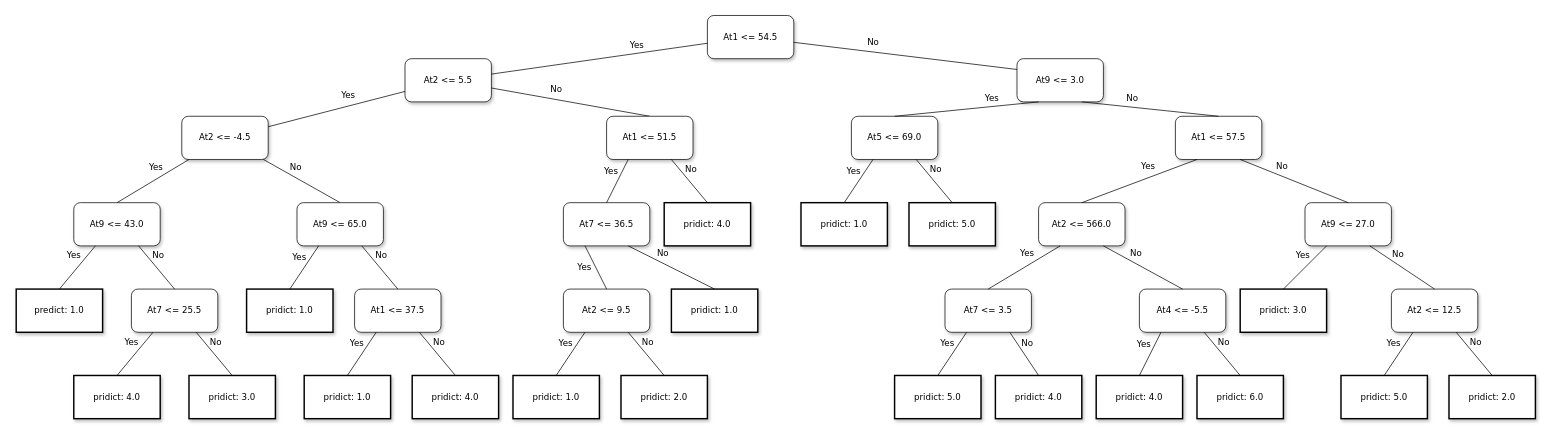
Before: test-img/dt.drawio in clock2125/image-hosting, a draw.io diagram. Source tidied: cells renumbered, new cells numbered last; positions are measured from the earlier drawing's top-left corner, leaving out a move shared by most shapes. Both pictures are drawn from the tidied source at 72%, with x=0, y=0 at pixel (16, 15).
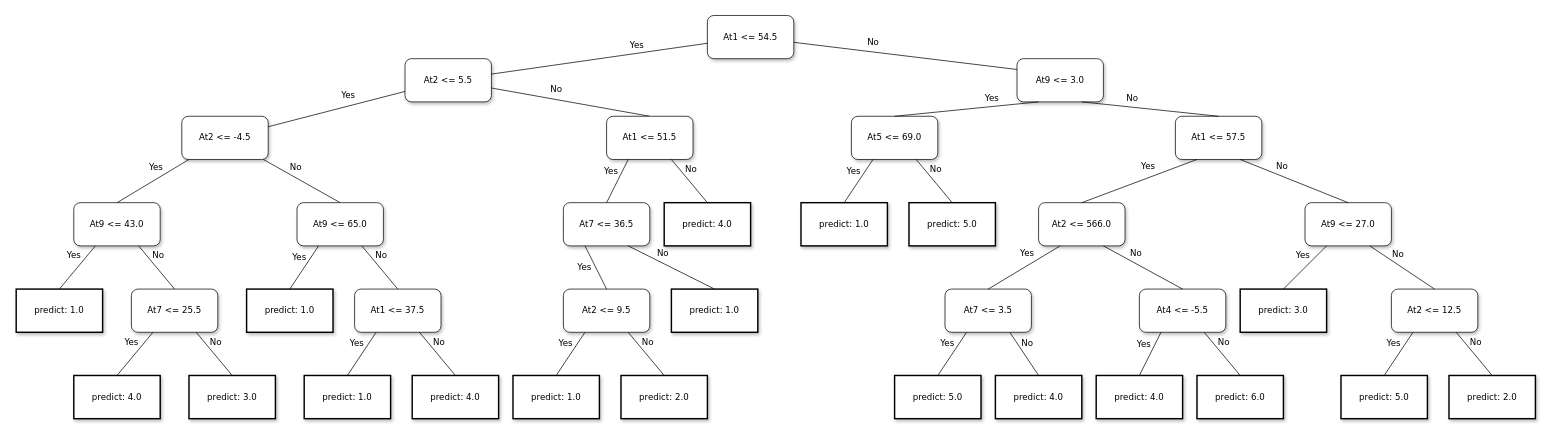
After the change.

The edit, as a diff of the source:
```diff
@@
-    <mxCell id="16" value="pridict: 4.0" style="whiteSpace=wrap;html=1;rounded=0;shadow=1;labelBackgroundColor=none;strokeWidth=2;fontFamily=Verdana;fontSize=12;align=center;" parent="1" vertex="1">
+    <mxCell id="16" value="predict: 4.0" style="whiteSpace=wrap;html=1;rounded=0;shadow=1;labelBackgroundColor=none;strokeWidth=2;fontFamily=Verdana;fontSize=12;align=center;" parent="1" vertex="1">
       <mxGeometry x="80" y="500" width="120" height="60" as="geometry" />
     </mxCell>
@@
-    <mxCell id="18" value="pridict: 3.0" style="whiteSpace=wrap;html=1;rounded=0;shadow=1;labelBackgroundColor=none;strokeWidth=2;fontFamily=Verdana;fontSize=12;align=center;" parent="1" vertex="1">
+    <mxCell id="18" value="predict: 3.0" style="whiteSpace=wrap;html=1;rounded=0;shadow=1;labelBackgroundColor=none;strokeWidth=2;fontFamily=Verdana;fontSize=12;align=center;" parent="1" vertex="1">
       <mxGeometry x="240" y="500" width="120" height="60" as="geometry" />
     </mxCell>
@@
-    <mxCell id="21" value="pridict: 1.0" style="whiteSpace=wrap;html=1;rounded=0;shadow=1;labelBackgroundColor=none;strokeWidth=2;fontFamily=Verdana;fontSize=12;align=center;" parent="1" vertex="1">
+    <mxCell id="21" value="predict: 1.0" style="whiteSpace=wrap;html=1;rounded=0;shadow=1;labelBackgroundColor=none;strokeWidth=2;fontFamily=Verdana;fontSize=12;align=center;" parent="1" vertex="1">
       <mxGeometry x="320" y="380" width="120" height="60" as="geometry" />
     </mxCell>
@@
-    <mxCell id="25" value="pridict: 1.0" style="whiteSpace=wrap;html=1;rounded=0;shadow=1;labelBackgroundColor=none;strokeWidth=2;fontFamily=Verdana;fontSize=12;align=center;" parent="1" vertex="1">
+    <mxCell id="25" value="predict: 1.0" style="whiteSpace=wrap;html=1;rounded=0;shadow=1;labelBackgroundColor=none;strokeWidth=2;fontFamily=Verdana;fontSize=12;align=center;" parent="1" vertex="1">
       <mxGeometry x="400" y="500" width="120" height="60" as="geometry" />
     </mxCell>
@@
-    <mxCell id="27" value="pridict: 4.0" style="whiteSpace=wrap;html=1;rounded=0;shadow=1;labelBackgroundColor=none;strokeWidth=2;fontFamily=Verdana;fontSize=12;align=center;" parent="1" vertex="1">
+    <mxCell id="27" value="predict: 4.0" style="whiteSpace=wrap;html=1;rounded=0;shadow=1;labelBackgroundColor=none;strokeWidth=2;fontFamily=Verdana;fontSize=12;align=center;" parent="1" vertex="1">
       <mxGeometry x="550" y="500" width="120" height="60" as="geometry" />
     </mxCell>
@@
-    <mxCell id="34" value="pridict: 1.0" style="whiteSpace=wrap;html=1;rounded=0;shadow=1;labelBackgroundColor=none;strokeWidth=2;fontFamily=Verdana;fontSize=12;align=center;" parent="1" vertex="1">
+    <mxCell id="34" value="predict: 1.0" style="whiteSpace=wrap;html=1;rounded=0;shadow=1;labelBackgroundColor=none;strokeWidth=2;fontFamily=Verdana;fontSize=12;align=center;" parent="1" vertex="1">
       <mxGeometry x="690" y="500" width="120" height="60" as="geometry" />
     </mxCell>
@@
-    <mxCell id="36" value="pridict: 2.0" style="whiteSpace=wrap;html=1;rounded=0;shadow=1;labelBackgroundColor=none;strokeWidth=2;fontFamily=Verdana;fontSize=12;align=center;" parent="1" vertex="1">
+    <mxCell id="36" value="predict: 2.0" style="whiteSpace=wrap;html=1;rounded=0;shadow=1;labelBackgroundColor=none;strokeWidth=2;fontFamily=Verdana;fontSize=12;align=center;" parent="1" vertex="1">
       <mxGeometry x="840" y="500" width="120" height="60" as="geometry" />
     </mxCell>
@@
-    <mxCell id="38" value="pridict: 1.0" style="whiteSpace=wrap;html=1;rounded=0;shadow=1;labelBackgroundColor=none;strokeWidth=2;fontFamily=Verdana;fontSize=12;align=center;" parent="1" vertex="1">
+    <mxCell id="38" value="predict: 1.0" style="whiteSpace=wrap;html=1;rounded=0;shadow=1;labelBackgroundColor=none;strokeWidth=2;fontFamily=Verdana;fontSize=12;align=center;" parent="1" vertex="1">
       <mxGeometry x="910" y="380" width="120" height="60" as="geometry" />
     </mxCell>
@@
-    <mxCell id="40" value="pridict: 4.0" style="whiteSpace=wrap;html=1;rounded=0;shadow=1;labelBackgroundColor=none;strokeWidth=2;fontFamily=Verdana;fontSize=12;align=center;" parent="1" vertex="1">
+    <mxCell id="40" value="predict: 4.0" style="whiteSpace=wrap;html=1;rounded=0;shadow=1;labelBackgroundColor=none;strokeWidth=2;fontFamily=Verdana;fontSize=12;align=center;" parent="1" vertex="1">
       <mxGeometry x="900" y="260" width="120" height="60" as="geometry" />
     </mxCell>
@@
-    <mxCell id="45" value="pridict: 1.0" style="whiteSpace=wrap;html=1;rounded=0;shadow=1;labelBackgroundColor=none;strokeWidth=2;fontFamily=Verdana;fontSize=12;align=center;" parent="1" vertex="1">
+    <mxCell id="45" value="predict: 1.0" style="whiteSpace=wrap;html=1;rounded=0;shadow=1;labelBackgroundColor=none;strokeWidth=2;fontFamily=Verdana;fontSize=12;align=center;" parent="1" vertex="1">
       <mxGeometry x="1090" y="260" width="120" height="60" as="geometry" />
     </mxCell>
@@
-    <mxCell id="47" value="pridict: 5.0" style="whiteSpace=wrap;html=1;rounded=0;shadow=1;labelBackgroundColor=none;strokeWidth=2;fontFamily=Verdana;fontSize=12;align=center;" parent="1" vertex="1">
+    <mxCell id="47" value="predict: 5.0" style="whiteSpace=wrap;html=1;rounded=0;shadow=1;labelBackgroundColor=none;strokeWidth=2;fontFamily=Verdana;fontSize=12;align=center;" parent="1" vertex="1">
       <mxGeometry x="1240" y="260" width="120" height="60" as="geometry" />
     </mxCell>
@@
-    <mxCell id="55" value="pridict: 5.0" style="whiteSpace=wrap;html=1;rounded=0;shadow=1;labelBackgroundColor=none;strokeWidth=2;fontFamily=Verdana;fontSize=12;align=center;" parent="1" vertex="1">
+    <mxCell id="55" value="predict: 5.0" style="whiteSpace=wrap;html=1;rounded=0;shadow=1;labelBackgroundColor=none;strokeWidth=2;fontFamily=Verdana;fontSize=12;align=center;" parent="1" vertex="1">
       <mxGeometry x="1220" y="500" width="120" height="60" as="geometry" />
     </mxCell>
@@
-    <mxCell id="57" value="pridict: 4.0" style="whiteSpace=wrap;html=1;rounded=0;shadow=1;labelBackgroundColor=none;strokeWidth=2;fontFamily=Verdana;fontSize=12;align=center;" parent="1" vertex="1">
+    <mxCell id="57" value="predict: 4.0" style="whiteSpace=wrap;html=1;rounded=0;shadow=1;labelBackgroundColor=none;strokeWidth=2;fontFamily=Verdana;fontSize=12;align=center;" parent="1" vertex="1">
       <mxGeometry x="1360" y="500" width="120" height="60" as="geometry" />
     </mxCell>
@@
-    <mxCell id="61" value="pridict: 4.0" style="whiteSpace=wrap;html=1;rounded=0;shadow=1;labelBackgroundColor=none;strokeWidth=2;fontFamily=Verdana;fontSize=12;align=center;" parent="1" vertex="1">
+    <mxCell id="61" value="predict: 4.0" style="whiteSpace=wrap;html=1;rounded=0;shadow=1;labelBackgroundColor=none;strokeWidth=2;fontFamily=Verdana;fontSize=12;align=center;" parent="1" vertex="1">
       <mxGeometry x="1500" y="500" width="120" height="60" as="geometry" />
     </mxCell>
@@
-    <mxCell id="63" value="pridict: 6.0" style="whiteSpace=wrap;html=1;rounded=0;shadow=1;labelBackgroundColor=none;strokeWidth=2;fontFamily=Verdana;fontSize=12;align=center;" parent="1" vertex="1">
+    <mxCell id="63" value="predict: 6.0" style="whiteSpace=wrap;html=1;rounded=0;shadow=1;labelBackgroundColor=none;strokeWidth=2;fontFamily=Verdana;fontSize=12;align=center;" parent="1" vertex="1">
       <mxGeometry x="1640" y="500" width="120" height="60" as="geometry" />
     </mxCell>
@@
-    <mxCell id="67" value="pridict: 3.0" style="whiteSpace=wrap;html=1;rounded=0;shadow=1;labelBackgroundColor=none;strokeWidth=2;fontFamily=Verdana;fontSize=12;align=center;" parent="1" vertex="1">
+    <mxCell id="67" value="predict: 3.0" style="whiteSpace=wrap;html=1;rounded=0;shadow=1;labelBackgroundColor=none;strokeWidth=2;fontFamily=Verdana;fontSize=12;align=center;" parent="1" vertex="1">
       <mxGeometry x="1700" y="380" width="120" height="60" as="geometry" />
     </mxCell>
@@
-    <mxCell id="71" value="pridict: 5.0" style="whiteSpace=wrap;html=1;rounded=0;shadow=1;labelBackgroundColor=none;strokeWidth=2;fontFamily=Verdana;fontSize=12;align=center;" parent="1" vertex="1">
+    <mxCell id="71" value="predict: 5.0" style="whiteSpace=wrap;html=1;rounded=0;shadow=1;labelBackgroundColor=none;strokeWidth=2;fontFamily=Verdana;fontSize=12;align=center;" parent="1" vertex="1">
       <mxGeometry x="1840" y="500" width="120" height="60" as="geometry" />
     </mxCell>
-    <mxCell id="72" value="pridict: 2.0" style="whiteSpace=wrap;html=1;rounded=0;shadow=1;labelBackgroundColor=none;strokeWidth=2;fontFamily=Verdana;fontSize=12;align=center;" parent="1" vertex="1">
+    <mxCell id="72" value="predict: 2.0" style="whiteSpace=wrap;html=1;rounded=0;shadow=1;labelBackgroundColor=none;strokeWidth=2;fontFamily=Verdana;fontSize=12;align=center;" parent="1" vertex="1">
       <mxGeometry x="1990" y="500" width="120" height="60" as="geometry" />
     </mxCell>
```
